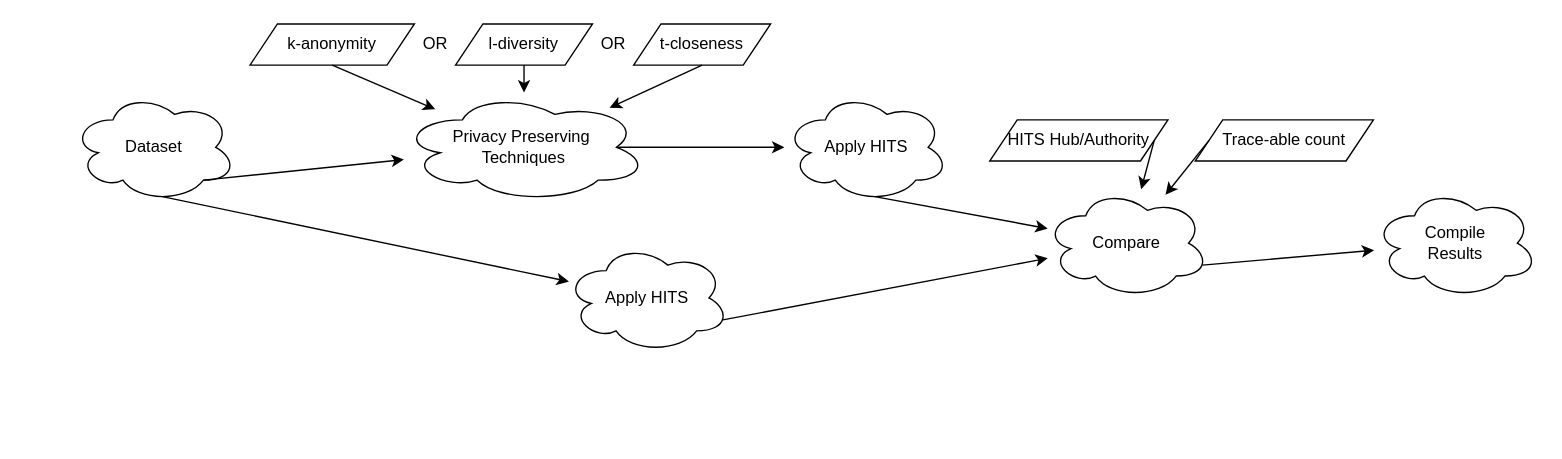
NikhilPaleti/Privacy_Analysis keeps this draw.io diagram as workflow.drawio. Above is the earlier version. Source tidied: cells renumbered, new cells numbered last; positions are measured from the earlier drawing's top-left corner, leaving out a move shared by most shapes. Both pictures are drawn from the tidied source at 137%, with x=0, y=0 at pixel (71, 23).
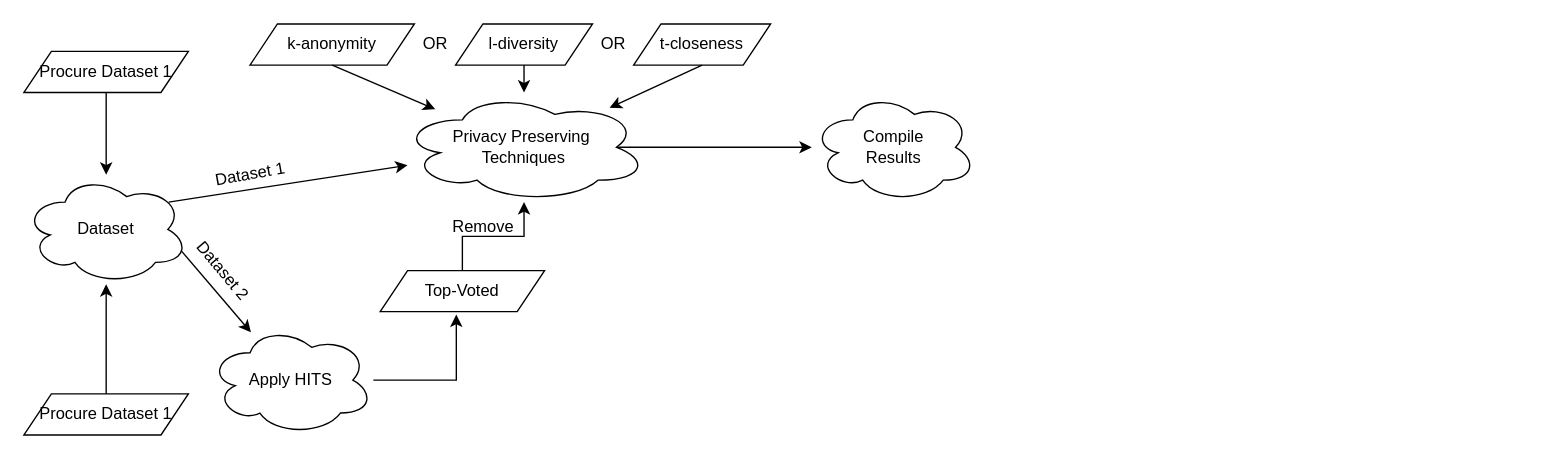
The same diagram, later.

Unchanged cells that the change refers to:
```xml
<mxCell id="4" value="&lt;font face=&quot;Product Sans Light&quot;&gt;Privacy Preserving&amp;nbsp;&lt;br&gt;Techniques&lt;/font&gt;" style="ellipse;shape=cloud;whiteSpace=wrap;html=1;" parent="1" vertex="1">
  <mxGeometry x="240" y="50" width="180" height="80" as="geometry" />
</mxCell>
```

Diff of the diagram source:
```diff
@@
     <mxCell id="2" value="&lt;font face=&quot;Product Sans Light&quot;&gt;Dataset&lt;/font&gt;" style="ellipse;shape=cloud;whiteSpace=wrap;html=1;" parent="1" vertex="1">
-      <mxGeometry y="50" width="120" height="80" as="geometry" />
+      <mxGeometry x="-35" y="110" width="120" height="80" as="geometry" />
     </mxCell>
+    <mxCell id="26" style="edgeStyle=orthogonalEdgeStyle;rounded=0;jettySize=auto;html=1;entryX=0.463;entryY=1.071;entryDx=0;entryDy=0;entryPerimeter=0;" parent="1" edge="1" source="3" target="28">
+      <mxGeometry relative="1" as="geometry" />
+    </mxCell>
     <mxCell id="3" value="&lt;font face=&quot;Product Sans Light&quot;&gt;Apply HITS&lt;/font&gt;" style="ellipse;shape=cloud;whiteSpace=wrap;html=1;" parent="1" vertex="1">
-      <mxGeometry x="360" y="160" width="120" height="80" as="geometry" />
+      <mxGeometry x="100" y="220" width="120" height="80" as="geometry" />
     </mxCell>
@@
-    <mxCell id="5" value="&lt;font face=&quot;Product Sans Light&quot;&gt;Apply HITS&lt;/font&gt;" style="ellipse;shape=cloud;whiteSpace=wrap;html=1;" parent="1" vertex="1">
-      <mxGeometry x="520" y="50" width="120" height="80" as="geometry" />
-    </mxCell>
-    <mxCell id="6" value="&lt;font face=&quot;Product Sans Light&quot;&gt;Compare&lt;/font&gt;" style="ellipse;shape=cloud;whiteSpace=wrap;html=1;" parent="1" vertex="1">
-      <mxGeometry x="710" y="120" width="120" height="80" as="geometry" />
-    </mxCell>
     <mxCell id="7" value="&lt;font face=&quot;Product Sans Light&quot;&gt;Compile &lt;br&gt;Results&lt;/font&gt;" style="ellipse;shape=cloud;whiteSpace=wrap;html=1;" parent="1" vertex="1">
-      <mxGeometry x="950" y="120" width="120" height="80" as="geometry" />
+      <mxGeometry x="540" y="50" width="120" height="80" as="geometry" />
     </mxCell>
-    <mxCell id="8" value="&lt;font face=&quot;Product Sans Light&quot;&gt;HITS Hub/Authority&lt;/font&gt;" style="shape=parallelogram;perimeter=parallelogramPerimeter;whiteSpace=wrap;html=1;fixedSize=1;" parent="1" vertex="1">
-      <mxGeometry x="670" y="70" width="130" height="30" as="geometry" />
-    </mxCell>
-    <mxCell id="9" value="&lt;font face=&quot;Product Sans Light&quot;&gt;Trace-able count&lt;/font&gt;" style="shape=parallelogram;perimeter=parallelogramPerimeter;whiteSpace=wrap;html=1;fixedSize=1;" parent="1" vertex="1">
-      <mxGeometry x="820" y="70" width="130" height="30" as="geometry" />
-    </mxCell>
@@
-    <mxCell id="13" style="endArrow=classic;html=1;rounded=0;exitX=0.55;exitY=0.95;exitDx=0;exitDy=0;exitPerimeter=0;" parent="1" edge="1" source="2" target="3">
+    <mxCell id="13" style="endArrow=classic;html=1;rounded=0;exitX=0.96;exitY=0.7;exitDx=0;exitDy=0;exitPerimeter=0;" parent="1" edge="1" source="2" target="3">
       <mxGeometry relative="1" as="geometry" />
     </mxCell>
-    <mxCell id="14" style="endArrow=classic;html=1;rounded=0;exitX=0.8;exitY=0.8;exitDx=0;exitDy=0;exitPerimeter=0;" parent="1" edge="1" source="2" target="4">
+    <mxCell id="14" style="endArrow=classic;html=1;rounded=0;exitX=0.88;exitY=0.25;exitDx=0;exitDy=0;exitPerimeter=0;" parent="1" edge="1" source="2" target="4">
       <mxGeometry relative="1" as="geometry" />
     </mxCell>
-    <mxCell id="15" style="endArrow=classic;html=1;rounded=0;exitX=0.875;exitY=0.5;exitDx=0;exitDy=0;exitPerimeter=0;" parent="1" edge="1" source="4" target="5">
+    <mxCell id="15" style="endArrow=classic;html=1;rounded=0;exitX=0.875;exitY=0.5;exitDx=0;exitDy=0;exitPerimeter=0;" parent="1" edge="1" source="4" target="7">
       <mxGeometry relative="1" as="geometry" />
     </mxCell>
-    <mxCell id="16" style="endArrow=classic;html=1;rounded=0;exitX=0.55;exitY=0.95;exitDx=0;exitDy=0;exitPerimeter=0;" parent="1" edge="1" source="5" target="6">
-      <mxGeometry relative="1" as="geometry" />
-    </mxCell>
-    <mxCell id="17" style="endArrow=classic;html=1;rounded=0;exitX=0.96;exitY=0.7;exitDx=0;exitDy=0;exitPerimeter=0;" parent="1" edge="1" source="3" target="6">
-      <mxGeometry relative="1" as="geometry" />
-    </mxCell>
-    <mxCell id="18" style="endArrow=classic;html=1;rounded=0;exitX=0.96;exitY=0.7;exitDx=0;exitDy=0;exitPerimeter=0;" parent="1" edge="1" source="6" target="7">
-      <mxGeometry relative="1" as="geometry" />
-    </mxCell>
@@
-    <mxCell id="24" style="endArrow=classic;html=1;rounded=0;exitX=1;exitY=0.5;exitDx=0;exitDy=0;" parent="1" edge="1" source="8" target="6">
-      <mxGeometry relative="1" as="geometry" />
-    </mxCell>
-    <mxCell id="25" style="endArrow=classic;html=1;rounded=0;exitX=0;exitY=0.5;exitDx=0;exitDy=0;" parent="1" edge="1" source="9" target="6">
-      <mxGeometry relative="1" as="geometry" />
-    </mxCell>
+    <mxCell id="27" style="edgeStyle=orthogonalEdgeStyle;rounded=0;jettySize=auto;html=1;exitX=0.5;exitY=0;exitDx=0;exitDy=0;" parent="1" edge="1" source="28" target="4">
+      <mxGeometry relative="1" as="geometry" />
+    </mxCell>
+    <mxCell id="28" value="&lt;font face=&quot;Product Sans Light&quot;&gt;Top-Voted&lt;/font&gt;" style="shape=parallelogram;perimeter=parallelogramPerimeter;whiteSpace=wrap;html=1;fixedSize=1;" parent="1" vertex="1">
+      <mxGeometry x="225" y="180" width="120" height="30" as="geometry" />
+    </mxCell>
+    <mxCell id="29" value="&lt;font face=&quot;Product Sans Light&quot;&gt;Dataset 2&lt;/font&gt;" style="text;html=1;align=center;verticalAlign=middle;strokeColor=none;fillColor=none;rotation=50;" parent="1" vertex="1">
+      <mxGeometry x="80" y="170" width="60" height="20" as="geometry" />
+    </mxCell>
+    <mxCell id="30" value="&lt;font face=&quot;Product Sans Light&quot;&gt;Dataset 1&lt;/font&gt;" style="text;html=1;align=center;verticalAlign=middle;strokeColor=none;fillColor=none;rotation=-10;" parent="1" vertex="1">
+      <mxGeometry x="100" y="100" width="60" height="20" as="geometry" />
+    </mxCell>
+    <mxCell id="31" value="&lt;font face=&quot;Product Sans Light&quot;&gt;&lt;br&gt;Remove&lt;/font&gt;" style="text;html=1;align=center;verticalAlign=middle;strokeColor=none;fillColor=none;rotation=0;" parent="1" vertex="1">
+      <mxGeometry x="270" y="125" width="60" height="30" as="geometry" />
+    </mxCell>
+    <mxCell id="32" value="&lt;font face=&quot;Product Sans Light&quot;&gt;Procure Dataset 1&lt;/font&gt;" style="shape=parallelogram;perimeter=parallelogramPerimeter;whiteSpace=wrap;html=1;fixedSize=1;" parent="1" vertex="1">
+      <mxGeometry x="-35" y="20" width="120" height="30" as="geometry" />
+    </mxCell>
+    <mxCell id="33" style="endArrow=classic;html=1;rounded=0;exitX=0.5;exitY=1;exitDx=0;exitDy=0;" parent="1" edge="1" source="32" target="2">
+      <mxGeometry relative="1" as="geometry" />
+    </mxCell>
+    <mxCell id="34" value="&lt;font face=&quot;Product Sans Light&quot;&gt;Procure Dataset 1&lt;/font&gt;" style="shape=parallelogram;perimeter=parallelogramPerimeter;whiteSpace=wrap;html=1;fixedSize=1;" parent="1" vertex="1">
+      <mxGeometry x="-35" y="270" width="120" height="30" as="geometry" />
+    </mxCell>
+    <mxCell id="35" style="endArrow=classic;html=1;rounded=0;exitX=0.5;exitY=0;exitDx=0;exitDy=0;" parent="1" edge="1" source="34" target="2">
+      <mxGeometry relative="1" as="geometry" />
+    </mxCell>
```
